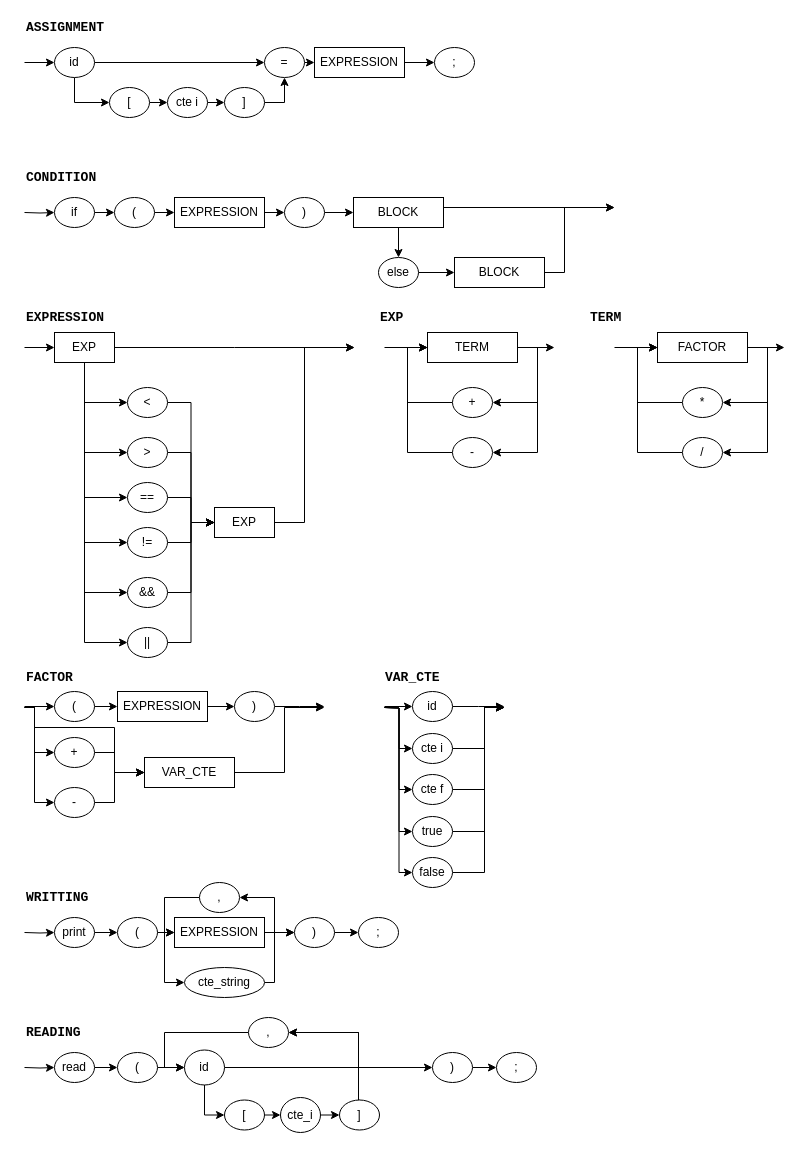
The draw.io diagram page "Page-3" (3 of 4) of documentacion/diagramasGramaticaMaps.drawio in RCH010/manchas, before the edit. Source tidied: cells renumbered, new cells numbered last; positions are measured from the earlier drawing's top-left corner, leaving out a move shared by most shapes. Both pictures are drawn from the tidied source at 100%, with x=0, y=0 at pixel (24, 17).
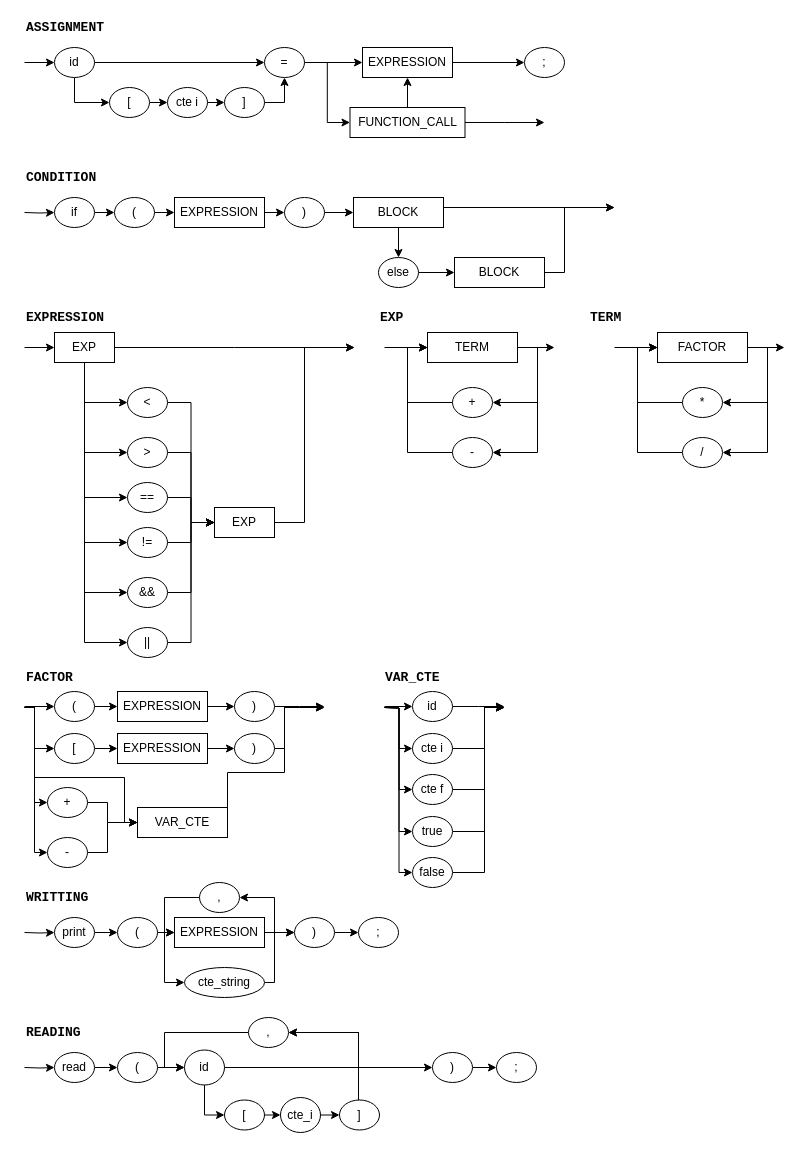
Above is the later version.

The change refers to these unchanged cells:
```xml
<mxCell id="8" value="=" style="ellipse;whiteSpace=wrap;html=1;" parent="1" vertex="1">
  <mxGeometry x="240" y="30" width="40" height="30" as="geometry" />
</mxCell>
```

Change to the diagram source:
```diff
@@
+    <mxCell id="150" style="edgeStyle=orthogonalEdgeStyle;rounded=0;jettySize=auto;html=1;exitX=1;exitY=0.5;exitDx=0;exitDy=0;entryX=0;entryY=0.5;entryDx=0;entryDy=0;" parent="1" edge="1" source="8" target="153">
+      <mxGeometry relative="1" as="geometry" />
+    </mxCell>
@@
     <mxCell id="10" value="EXPRESSION" style="whiteSpace=wrap;html=1;" parent="1" vertex="1">
-      <mxGeometry x="290" y="30" width="90" height="30" as="geometry" />
+      <mxGeometry x="338" y="30" width="90" height="30" as="geometry" />
     </mxCell>
@@
     <mxCell id="21" value=";" style="ellipse;whiteSpace=wrap;html=1;" parent="1" vertex="1">
-      <mxGeometry x="410" y="30" width="40" height="30" as="geometry" />
+      <mxGeometry x="500" y="30" width="40" height="30" as="geometry" />
     </mxCell>
@@
     <mxCell id="87" style="edgeStyle=orthogonalEdgeStyle;rounded=0;jettySize=auto;html=1;exitX=1;exitY=0.5;exitDx=0;exitDy=0;entryX=0;entryY=0.5;entryDx=0;entryDy=0;fontFamily=Courier New;fontSize=13;startArrow=none;startFill=0;endArrow=classic;endFill=1;" parent="1" edge="1" source="88" target="92">
       <mxGeometry relative="1" as="geometry">
         <Array as="points">
-          <mxPoint x="90" y="735" />
-          <mxPoint x="90" y="755" />
+          <mxPoint x="83" y="785" />
+          <mxPoint x="83" y="805" />
         </Array>
       </mxGeometry>
     </mxCell>
     <mxCell id="88" value="+" style="ellipse;whiteSpace=wrap;html=1;" parent="1" vertex="1">
-      <mxGeometry x="30" y="720" width="40" height="30" as="geometry" />
+      <mxGeometry x="23" y="770" width="40" height="30" as="geometry" />
     </mxCell>
     <mxCell id="89" style="edgeStyle=orthogonalEdgeStyle;rounded=0;jettySize=auto;html=1;exitX=1;exitY=0.5;exitDx=0;exitDy=0;entryX=0;entryY=0.5;entryDx=0;entryDy=0;fontFamily=Courier New;fontSize=13;startArrow=none;startFill=0;endArrow=classic;endFill=1;" parent="1" edge="1" source="90" target="92">
       <mxGeometry relative="1" as="geometry">
         <Array as="points">
-          <mxPoint x="90" y="785" />
-          <mxPoint x="90" y="755" />
+          <mxPoint x="83" y="835" />
+          <mxPoint x="83" y="805" />
         </Array>
       </mxGeometry>
     </mxCell>
     <mxCell id="90" value="-" style="ellipse;whiteSpace=wrap;html=1;" parent="1" vertex="1">
-      <mxGeometry x="30" y="770" width="40" height="30" as="geometry" />
+      <mxGeometry x="23" y="820" width="40" height="30" as="geometry" />
     </mxCell>
@@
     <mxCell id="92" value="VAR_CTE" style="whiteSpace=wrap;html=1;" parent="1" vertex="1">
-      <mxGeometry x="120" y="740" width="90" height="30" as="geometry" />
+      <mxGeometry x="113" y="790" width="90" height="30" as="geometry" />
     </mxCell>
     <mxCell id="93" style="endArrow=classic;html=1;entryX=0;entryY=0.5;entryDx=0;entryDy=0;rounded=0;edgeStyle=orthogonalEdgeStyle;" parent="1" edge="1" target="88">
       <mxGeometry relative="1" as="geometry">
         <mxPoint y="690" as="sourcePoint" />
         <Array as="points">
           <mxPoint x="10" y="690" />
-          <mxPoint x="10" y="735" />
+          <mxPoint x="10" y="785" />
         </Array>
       </mxGeometry>
     </mxCell>
     <mxCell id="94" style="endArrow=classic;html=1;entryX=0;entryY=0.5;entryDx=0;entryDy=0;rounded=0;edgeStyle=orthogonalEdgeStyle;" parent="1" edge="1" target="90">
       <mxGeometry relative="1" as="geometry">
         <mxPoint y="690" as="sourcePoint" />
         <Array as="points">
           <mxPoint x="10" y="690" />
-          <mxPoint x="10" y="785" />
+          <mxPoint x="10" y="835" />
         </Array>
       </mxGeometry>
     </mxCell>
     <mxCell id="95" style="endArrow=classic;html=1;entryX=0;entryY=0.5;entryDx=0;entryDy=0;rounded=0;edgeStyle=orthogonalEdgeStyle;" parent="1" edge="1" target="92">
       <mxGeometry relative="1" as="geometry">
         <mxPoint y="690" as="sourcePoint" />
         <Array as="points">
           <mxPoint x="10" y="690" />
-          <mxPoint x="10" y="710" />
-          <mxPoint x="90" y="710" />
-          <mxPoint x="90" y="755" />
+          <mxPoint x="10" y="760" />
+          <mxPoint x="100" y="760" />
+          <mxPoint x="100" y="805" />
         </Array>
       </mxGeometry>
     </mxCell>
@@
+    <mxCell id="151" style="edgeStyle=orthogonalEdgeStyle;rounded=0;jettySize=auto;html=1;exitX=1;exitY=0.5;exitDx=0;exitDy=0;" parent="1" edge="1" source="153">
+      <mxGeometry relative="1" as="geometry">
+        <mxPoint x="520" y="105" as="targetPoint" />
+      </mxGeometry>
+    </mxCell>
+    <mxCell id="152" style="edgeStyle=orthogonalEdgeStyle;rounded=0;jettySize=auto;html=1;exitX=0.5;exitY=0;exitDx=0;exitDy=0;entryX=0.5;entryY=1;entryDx=0;entryDy=0;" parent="1" edge="1" source="153" target="10">
+      <mxGeometry relative="1" as="geometry" />
+    </mxCell>
+    <mxCell id="153" value="FUNCTION_CALL" style="whiteSpace=wrap;html=1;" parent="1" vertex="1">
+      <mxGeometry x="325.5" y="90" width="115" height="30" as="geometry" />
+    </mxCell>
+    <mxCell id="154" style="edgeStyle=orthogonalEdgeStyle;rounded=0;jettySize=auto;html=1;exitX=1;exitY=0.5;exitDx=0;exitDy=0;entryX=0;entryY=0.5;entryDx=0;entryDy=0;" parent="1" edge="1" source="155" target="157">
+      <mxGeometry relative="1" as="geometry" />
+    </mxCell>
+    <mxCell id="155" value="[" style="ellipse;whiteSpace=wrap;html=1;" parent="1" vertex="1">
+      <mxGeometry x="30" y="716" width="40" height="30" as="geometry" />
+    </mxCell>
+    <mxCell id="156" style="edgeStyle=orthogonalEdgeStyle;rounded=0;jettySize=auto;html=1;exitX=1;exitY=0.5;exitDx=0;exitDy=0;entryX=0;entryY=0.5;entryDx=0;entryDy=0;" parent="1" edge="1" source="157" target="159">
+      <mxGeometry relative="1" as="geometry" />
+    </mxCell>
+    <mxCell id="157" value="EXPRESSION" style="whiteSpace=wrap;html=1;" parent="1" vertex="1">
+      <mxGeometry x="93" y="716" width="90" height="30" as="geometry" />
+    </mxCell>
+    <mxCell id="158" style="edgeStyle=orthogonalEdgeStyle;rounded=0;jettySize=auto;html=1;exitX=1;exitY=0.5;exitDx=0;exitDy=0;" parent="1" edge="1" source="159">
+      <mxGeometry relative="1" as="geometry">
+        <mxPoint x="300" y="690" as="targetPoint" />
+        <Array as="points">
+          <mxPoint x="260" y="731" />
+          <mxPoint x="260" y="690" />
+        </Array>
+      </mxGeometry>
+    </mxCell>
+    <mxCell id="159" value=")" style="ellipse;whiteSpace=wrap;html=1;" parent="1" vertex="1">
+      <mxGeometry x="210" y="716" width="40" height="30" as="geometry" />
+    </mxCell>
+    <mxCell id="160" style="endArrow=classic;html=1;entryX=0;entryY=0.5;entryDx=0;entryDy=0;rounded=0;edgeStyle=orthogonalEdgeStyle;" parent="1" edge="1" target="155">
+      <mxGeometry relative="1" as="geometry">
+        <mxPoint y="690" as="sourcePoint" />
+        <Array as="points">
+          <mxPoint x="10" y="690" />
+          <mxPoint x="10" y="731" />
+        </Array>
+      </mxGeometry>
+    </mxCell>
```
